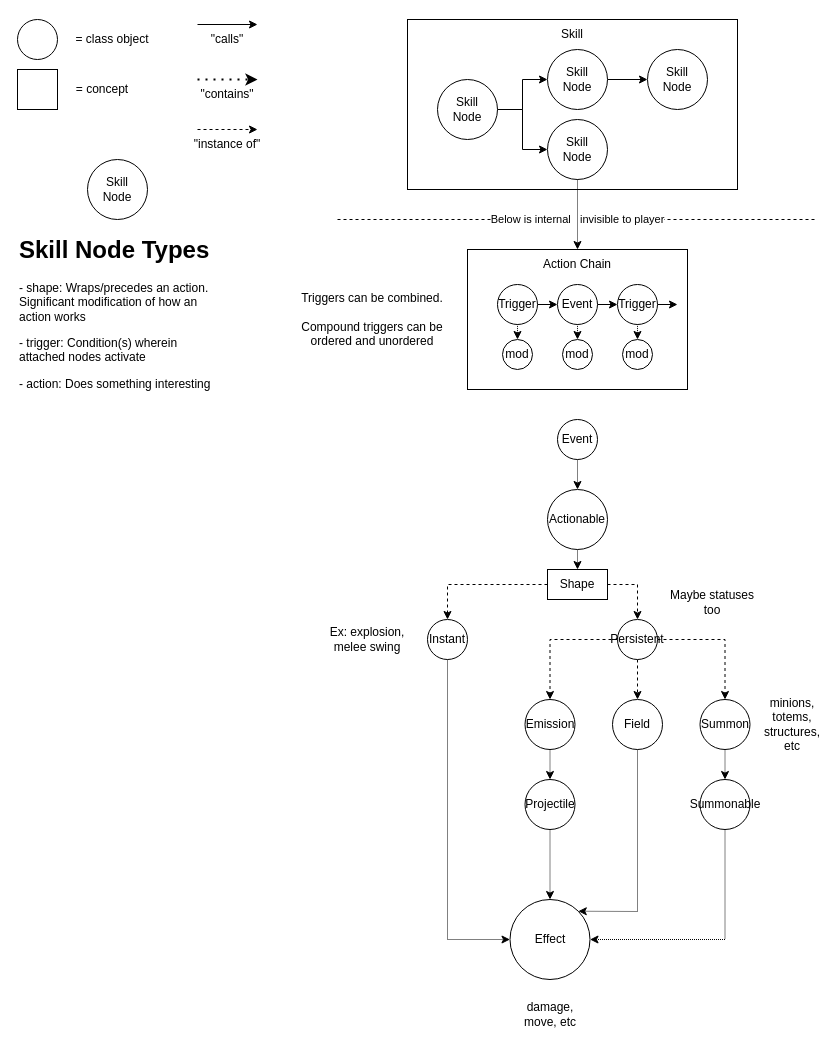
Earlier version of the draw.io diagram assets/Skill System.drawio (TheBrodsky/ProjectRogueStar). Source tidied: cells renumbered, new cells numbered last; positions are measured from the earlier drawing's top-left corner, leaving out a move shared by most shapes. Both pictures are drawn from the tidied source at 100%, with x=0, y=0 at pixel (17, 19).
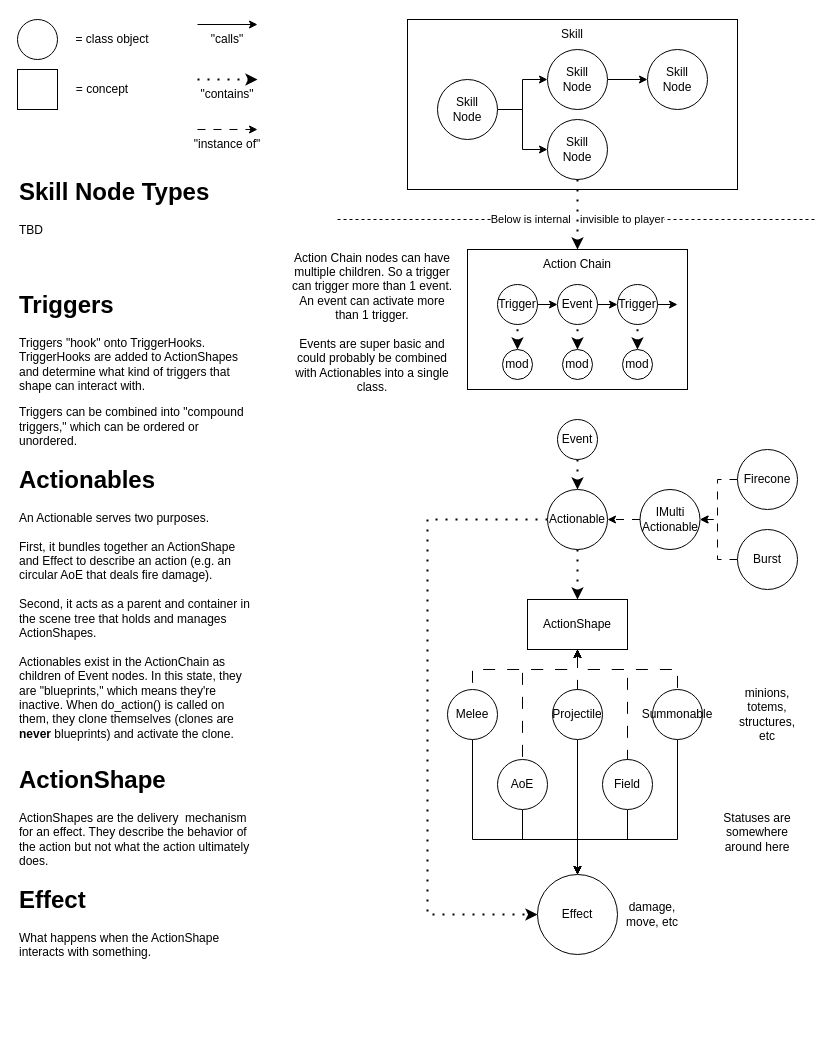
After the change.

The change refers to these unchanged cells:
```xml
<mxCell id="14" value="&lt;div&gt;Skill&lt;/div&gt;&lt;div&gt;Node&lt;br&gt;&lt;/div&gt;" style="ellipse;whiteSpace=wrap;html=1;" parent="7" vertex="1">
  <mxGeometry x="140" y="100" width="60" height="60" as="geometry" />
</mxCell>
<mxCell id="22" value="Trigger" style="ellipse;whiteSpace=wrap;html=1;" parent="1" vertex="1">
  <mxGeometry x="480" y="265" width="40" height="40" as="geometry" />
</mxCell>
<mxCell id="24" value="Event" style="ellipse;whiteSpace=wrap;html=1;" parent="1" vertex="1">
  <mxGeometry x="540" y="265" width="40" height="40" as="geometry" />
</mxCell>
<mxCell id="26" value="Trigger" style="ellipse;whiteSpace=wrap;html=1;" parent="1" vertex="1">
  <mxGeometry x="600" y="265" width="40" height="40" as="geometry" />
</mxCell>
<mxCell id="27" value="Action Chain" style="text;html=1;align=center;verticalAlign=middle;whiteSpace=wrap;rounded=0;" parent="1" vertex="1">
  <mxGeometry x="520" y="230" width="80" height="30" as="geometry" />
</mxCell>
<mxCell id="35" value="Event" style="ellipse;whiteSpace=wrap;html=1;" parent="1" vertex="1">
  <mxGeometry x="540" y="400" width="40" height="40" as="geometry" />
</mxCell>
<mxCell id="38" value="Actionable" style="ellipse;whiteSpace=wrap;html=1;" parent="1" vertex="1">
  <mxGeometry x="530" y="470" width="60" height="60" as="geometry" />
</mxCell>
```

Change to the diagram source:
```diff
@@
-    <mxCell id="17" style="group;" parent="1" vertex="1">
-      <mxGeometry y="140" width="200" height="270" as="geometry" />
-    </mxCell>
-    <mxCell id="18" value="&lt;div&gt;Skill&lt;/div&gt;&lt;div&gt;Node&lt;br&gt;&lt;/div&gt;" style="ellipse;whiteSpace=wrap;html=1;" parent="17" vertex="1">
-      <mxGeometry x="70" width="60" height="60" as="geometry" />
-    </mxCell>
-    <mxCell id="19" value="&lt;h1 style=&quot;margin-top: 0px;&quot;&gt;Skill Node Types&lt;br&gt;&lt;/h1&gt;&lt;p&gt;- shape: Wraps/precedes an action. Significant modification of how an action works&lt;br&gt;&lt;/p&gt;&lt;p&gt;- trigger: Condition(s) wherein attached nodes activate&lt;br&gt;&lt;/p&gt;&lt;p&gt;- action: Does something interesting&lt;br&gt;&lt;/p&gt;" style="text;html=1;whiteSpace=wrap;overflow=hidden;rounded=0;" parent="17" vertex="1">
-      <mxGeometry y="70" width="200" height="200" as="geometry" />
-    </mxCell>
@@
-    <mxCell id="28" style="edgeStyle=orthogonalEdgeStyle;rounded=0;jettySize=auto;html=1;exitX=0.5;exitY=0;exitDx=0;exitDy=0;entryX=0.5;entryY=1;entryDx=0;entryDy=0;dashed=1;dashPattern=1 1;endArrow=none;endFill=0;startArrow=classic;startFill=1;" parent="1" edge="1" source="29" target="24">
+    <mxCell id="28" style="edgeStyle=orthogonalEdgeStyle;rounded=0;jettySize=auto;html=1;exitX=0.5;exitY=0;exitDx=0;exitDy=0;entryX=0.5;entryY=1;entryDx=0;entryDy=0;dashed=1;dashPattern=1 4;endArrow=none;endFill=0;startArrow=classic;startFill=1;strokeWidth=2;" parent="1" edge="1" source="29" target="24">
       <mxGeometry relative="1" as="geometry" />
     </mxCell>
     <mxCell id="29" value="mod" style="ellipse;whiteSpace=wrap;html=1;" parent="1" vertex="1">
-      <mxGeometry x="545" y="320" width="30" height="30" as="geometry" />
+      <mxGeometry x="545" y="330" width="30" height="30" as="geometry" />
     </mxCell>
-    <mxCell id="30" style="edgeStyle=orthogonalEdgeStyle;rounded=0;jettySize=auto;html=1;exitX=0.5;exitY=0;exitDx=0;exitDy=0;entryX=0.5;entryY=1;entryDx=0;entryDy=0;dashed=1;dashPattern=1 1;endArrow=none;endFill=0;startArrow=classic;startFill=1;" parent="1" edge="1" source="31" target="22">
+    <mxCell id="30" style="edgeStyle=orthogonalEdgeStyle;rounded=0;jettySize=auto;html=1;exitX=0.5;exitY=0;exitDx=0;exitDy=0;entryX=0.5;entryY=1;entryDx=0;entryDy=0;dashed=1;dashPattern=1 4;endArrow=none;endFill=0;startArrow=classic;startFill=1;strokeWidth=2;" parent="1" edge="1" source="31" target="22">
       <mxGeometry relative="1" as="geometry" />
     </mxCell>
     <mxCell id="31" value="mod" style="ellipse;whiteSpace=wrap;html=1;" parent="1" vertex="1">
-      <mxGeometry x="485" y="320" width="30" height="30" as="geometry" />
+      <mxGeometry x="485" y="330" width="30" height="30" as="geometry" />
     </mxCell>
-    <mxCell id="32" style="edgeStyle=orthogonalEdgeStyle;rounded=0;jettySize=auto;html=1;exitX=0.5;exitY=0;exitDx=0;exitDy=0;entryX=0.5;entryY=1;entryDx=0;entryDy=0;dashed=1;dashPattern=1 1;endArrow=none;endFill=0;startArrow=classic;startFill=1;" parent="1" edge="1" source="33" target="26">
+    <mxCell id="32" style="edgeStyle=orthogonalEdgeStyle;rounded=0;jettySize=auto;html=1;exitX=0.5;exitY=0;exitDx=0;exitDy=0;entryX=0.5;entryY=1;entryDx=0;entryDy=0;dashed=1;dashPattern=1 4;endArrow=none;endFill=0;startArrow=classic;startFill=1;strokeWidth=2;" parent="1" edge="1" source="33" target="26">
       <mxGeometry relative="1" as="geometry" />
     </mxCell>
     <mxCell id="33" value="mod" style="ellipse;whiteSpace=wrap;html=1;" parent="1" vertex="1">
-      <mxGeometry x="605" y="320" width="30" height="30" as="geometry" />
+      <mxGeometry x="605" y="330" width="30" height="30" as="geometry" />
     </mxCell>
-    <mxCell id="34" style="edgeStyle=orthogonalEdgeStyle;rounded=0;jettySize=auto;html=1;exitX=0.5;exitY=1;exitDx=0;exitDy=0;entryX=0.5;entryY=0;entryDx=0;entryDy=0;dashed=1;dashPattern=1 1;" parent="1" edge="1" source="35" target="38">
+    <mxCell id="34" style="edgeStyle=orthogonalEdgeStyle;rounded=0;jettySize=auto;html=1;exitX=0.5;exitY=1;exitDx=0;exitDy=0;entryX=0.5;entryY=0;entryDx=0;entryDy=0;dashed=1;dashPattern=1 4;strokeWidth=2;" parent="1" edge="1" source="35" target="38">
       <mxGeometry relative="1" as="geometry" />
     </mxCell>
@@
-    <mxCell id="36" value="&lt;div&gt;Triggers can be combined.&lt;/div&gt;&lt;div&gt;&lt;br&gt;&lt;/div&gt;&lt;div&gt;Compound triggers can be ordered and unordered&lt;br&gt;&lt;/div&gt;" style="text;html=1;align=center;verticalAlign=middle;whiteSpace=wrap;rounded=0;" parent="1" vertex="1">
-      <mxGeometry x="270" y="262.5" width="170" height="75" as="geometry" />
+    <mxCell id="36" value="&lt;div&gt;Action Chain nodes can have multiple children. So a trigger can trigger more than 1 event. An event can activate more than 1 trigger.&lt;/div&gt;&lt;div&gt;&lt;br&gt;&lt;/div&gt;&lt;div&gt;Events are super basic and could probably be combined with Actionables into a single class.&lt;br&gt;&lt;/div&gt;" style="text;html=1;align=center;verticalAlign=middle;whiteSpace=wrap;rounded=0;" parent="1" vertex="1">
+      <mxGeometry x="270" y="235" width="170" height="135" as="geometry" />
     </mxCell>
-    <mxCell id="37" style="edgeStyle=orthogonalEdgeStyle;rounded=0;jettySize=auto;html=1;exitX=0.5;exitY=1;exitDx=0;exitDy=0;entryX=0.5;entryY=0;entryDx=0;entryDy=0;dashed=1;dashPattern=1 1;" parent="1" edge="1" source="38" target="47">
-      <mxGeometry relative="1" as="geometry" />
-    </mxCell>
+    <mxCell id="70" style="edgeStyle=orthogonalEdgeStyle;rounded=0;jettySize=auto;html=1;exitX=0.5;exitY=1;exitDx=0;exitDy=0;dashed=1;dashPattern=1 4;strokeWidth=2;" parent="1" edge="1" source="38" target="85">
+      <mxGeometry relative="1" as="geometry" />
+    </mxCell>
+    <mxCell id="71" style="edgeStyle=orthogonalEdgeStyle;rounded=0;jettySize=auto;html=1;exitX=0;exitY=0.5;exitDx=0;exitDy=0;entryX=0;entryY=0.5;entryDx=0;entryDy=0;dashed=1;dashPattern=1 4;strokeWidth=2;" parent="1" edge="1" source="38" target="61">
+      <mxGeometry relative="1" as="geometry">
+        <Array as="points">
+          <mxPoint x="410" y="500" />
+          <mxPoint x="410" y="895" />
+        </Array>
+      </mxGeometry>
+    </mxCell>
@@
-    <mxCell id="39" style="edgeStyle=orthogonalEdgeStyle;rounded=0;jettySize=auto;html=1;exitX=0.5;exitY=1;exitDx=0;exitDy=0;entryX=0;entryY=0.5;entryDx=0;entryDy=0;dashed=1;dashPattern=1 1;" parent="1" edge="1" source="40" target="61">
-      <mxGeometry relative="1" as="geometry" />
-    </mxCell>
-    <mxCell id="40" value="Instant" style="ellipse;whiteSpace=wrap;html=1;" parent="1" vertex="1">
-      <mxGeometry x="410" y="600" width="40" height="40" as="geometry" />
-    </mxCell>
-    <mxCell id="41" style="edgeStyle=orthogonalEdgeStyle;rounded=0;jettySize=auto;html=1;exitX=0;exitY=0.5;exitDx=0;exitDy=0;entryX=0.5;entryY=0;entryDx=0;entryDy=0;dashed=1;" parent="1" edge="1" source="44" target="51">
-      <mxGeometry relative="1" as="geometry" />
-    </mxCell>
-    <mxCell id="42" style="edgeStyle=orthogonalEdgeStyle;rounded=0;jettySize=auto;html=1;exitX=0.5;exitY=1;exitDx=0;exitDy=0;entryX=0.5;entryY=0;entryDx=0;entryDy=0;dashed=1;" parent="1" edge="1" source="44" target="53">
-      <mxGeometry relative="1" as="geometry" />
-    </mxCell>
-    <mxCell id="43" style="edgeStyle=orthogonalEdgeStyle;rounded=0;jettySize=auto;html=1;exitX=1;exitY=0.5;exitDx=0;exitDy=0;dashed=1;" parent="1" edge="1" source="44" target="55">
-      <mxGeometry relative="1" as="geometry" />
-    </mxCell>
-    <mxCell id="44" value="Persistent" style="ellipse;whiteSpace=wrap;html=1;" parent="1" vertex="1">
-      <mxGeometry x="600" y="600" width="40" height="40" as="geometry" />
-    </mxCell>
-    <mxCell id="45" style="edgeStyle=orthogonalEdgeStyle;rounded=0;jettySize=auto;html=1;exitX=0;exitY=0.5;exitDx=0;exitDy=0;entryX=0.5;entryY=0;entryDx=0;entryDy=0;dashed=1;" parent="1" edge="1" source="47" target="40">
-      <mxGeometry relative="1" as="geometry" />
-    </mxCell>
-    <mxCell id="46" style="edgeStyle=orthogonalEdgeStyle;rounded=0;jettySize=auto;html=1;exitX=1;exitY=0.5;exitDx=0;exitDy=0;entryX=0.5;entryY=0;entryDx=0;entryDy=0;dashed=1;" parent="1" edge="1" source="47" target="44">
-      <mxGeometry relative="1" as="geometry" />
-    </mxCell>
-    <mxCell id="47" value="Shape" style="rounded=0;whiteSpace=wrap;html=1;" parent="1" vertex="1">
-      <mxGeometry x="530" y="550" width="60" height="30" as="geometry" />
-    </mxCell>
-    <mxCell id="48" value="Maybe statuses too" style="text;html=1;align=center;verticalAlign=middle;whiteSpace=wrap;rounded=0;" parent="1" vertex="1">
-      <mxGeometry x="645" y="550" width="100" height="65" as="geometry" />
+    <mxCell id="48" value="Statuses are somewhere around here" style="text;html=1;align=center;verticalAlign=middle;whiteSpace=wrap;rounded=0;" parent="1" vertex="1">
+      <mxGeometry x="690" y="780" width="100" height="65" as="geometry" />
     </mxCell>
-    <mxCell id="49" value="Ex: explosion, melee swing" style="text;html=1;align=center;verticalAlign=middle;whiteSpace=wrap;rounded=0;" parent="1" vertex="1">
-      <mxGeometry x="300" y="587.5" width="100" height="65" as="geometry" />
-    </mxCell>
-    <mxCell id="50" style="edgeStyle=orthogonalEdgeStyle;rounded=0;jettySize=auto;html=1;exitX=0.5;exitY=1;exitDx=0;exitDy=0;entryX=0.5;entryY=0;entryDx=0;entryDy=0;dashed=1;dashPattern=1 1;" parent="1" edge="1" source="51" target="57">
-      <mxGeometry relative="1" as="geometry" />
-    </mxCell>
-    <mxCell id="51" value="Emission" style="ellipse;whiteSpace=wrap;html=1;" parent="1" vertex="1">
-      <mxGeometry x="507.5" y="680" width="50" height="50" as="geometry" />
-    </mxCell>
-    <mxCell id="52" style="rounded=0;jettySize=auto;html=1;exitX=0.5;exitY=1;exitDx=0;exitDy=0;entryX=1;entryY=0;entryDx=0;entryDy=0;dashed=1;dashPattern=1 1;" parent="1" edge="1" source="53" target="61">
+    <mxCell id="52" style="edgeStyle=orthogonalEdgeStyle;rounded=0;jettySize=auto;html=1;exitX=0.5;exitY=1;exitDx=0;exitDy=0;entryX=0.5;entryY=0;entryDx=0;entryDy=0;" parent="1" edge="1" source="53" target="61">
       <mxGeometry relative="1" as="geometry">
         <Array as="points">
-          <mxPoint x="620" y="892" />
+          <mxPoint x="610" y="820" />
+          <mxPoint x="560" y="820" />
         </Array>
       </mxGeometry>
     </mxCell>
     <mxCell id="53" value="Field" style="ellipse;whiteSpace=wrap;html=1;" parent="1" vertex="1">
-      <mxGeometry x="595" y="680" width="50" height="50" as="geometry" />
+      <mxGeometry x="585" y="740" width="50" height="50" as="geometry" />
     </mxCell>
-    <mxCell id="54" style="edgeStyle=orthogonalEdgeStyle;rounded=0;jettySize=auto;html=1;exitX=0.5;exitY=1;exitDx=0;exitDy=0;entryX=0.5;entryY=0;entryDx=0;entryDy=0;dashed=1;dashPattern=1 1;" parent="1" edge="1" source="55" target="59">
-      <mxGeometry relative="1" as="geometry" />
-    </mxCell>
-    <mxCell id="55" value="Summon" style="ellipse;whiteSpace=wrap;html=1;" parent="1" vertex="1">
-      <mxGeometry x="682.5" y="680" width="50" height="50" as="geometry" />
-    </mxCell>
-    <mxCell id="56" style="edgeStyle=orthogonalEdgeStyle;rounded=0;jettySize=auto;html=1;exitX=0.5;exitY=1;exitDx=0;exitDy=0;entryX=0.5;entryY=0;entryDx=0;entryDy=0;dashed=1;dashPattern=1 1;" parent="1" edge="1" source="57" target="61">
+    <mxCell id="56" style="edgeStyle=orthogonalEdgeStyle;rounded=0;jettySize=auto;html=1;exitX=0.5;exitY=1;exitDx=0;exitDy=0;entryX=0.5;entryY=0;entryDx=0;entryDy=0;" parent="1" edge="1" source="57" target="61">
       <mxGeometry relative="1" as="geometry" />
     </mxCell>
     <mxCell id="57" value="Projectile" style="ellipse;whiteSpace=wrap;html=1;" parent="1" vertex="1">
-      <mxGeometry x="507.5" y="760" width="50" height="50" as="geometry" />
+      <mxGeometry x="535" y="670" width="50" height="50" as="geometry" />
     </mxCell>
-    <mxCell id="58" style="edgeStyle=orthogonalEdgeStyle;rounded=0;jettySize=auto;html=1;exitX=0.5;exitY=1;exitDx=0;exitDy=0;entryX=1;entryY=0.5;entryDx=0;entryDy=0;dashed=1;dashPattern=1 1;" parent="1" edge="1" source="59" target="61">
-      <mxGeometry relative="1" as="geometry" />
+    <mxCell id="58" style="edgeStyle=orthogonalEdgeStyle;rounded=0;jettySize=auto;html=1;exitX=0.5;exitY=1;exitDx=0;exitDy=0;entryX=0.5;entryY=0;entryDx=0;entryDy=0;" parent="1" edge="1" source="59" target="61">
+      <mxGeometry relative="1" as="geometry">
+        <Array as="points">
+          <mxPoint x="660" y="820" />
+          <mxPoint x="560" y="820" />
+        </Array>
+      </mxGeometry>
     </mxCell>
     <mxCell id="59" value="Summonable" style="ellipse;whiteSpace=wrap;html=1;" parent="1" vertex="1">
-      <mxGeometry x="682.5" y="760" width="50" height="50" as="geometry" />
+      <mxGeometry x="635" y="670" width="50" height="50" as="geometry" />
     </mxCell>
     <mxCell id="60" value="minions, totems, structures, etc" style="text;html=1;align=center;verticalAlign=middle;whiteSpace=wrap;rounded=0;" parent="1" vertex="1">
-      <mxGeometry x="745" y="690" width="60" height="30" as="geometry" />
+      <mxGeometry x="720" y="680" width="60" height="30" as="geometry" />
     </mxCell>
     <mxCell id="61" value="Effect" style="ellipse;whiteSpace=wrap;html=1;" parent="1" vertex="1">
-      <mxGeometry x="492.5" y="880" width="80" height="80" as="geometry" />
+      <mxGeometry x="520" y="855" width="80" height="80" as="geometry" />
     </mxCell>
     <mxCell id="62" value="damage, move, etc" style="text;html=1;align=center;verticalAlign=middle;whiteSpace=wrap;rounded=0;" parent="1" vertex="1">
-      <mxGeometry x="502.5" y="980" width="60" height="30" as="geometry" />
+      <mxGeometry x="605" y="880" width="60" height="30" as="geometry" />
     </mxCell>
-    <mxCell id="63" style="edgeStyle=orthogonalEdgeStyle;rounded=0;jettySize=auto;html=1;exitX=0.5;exitY=1;exitDx=0;exitDy=0;entryX=0.5;entryY=0;entryDx=0;entryDy=0;dashed=1;dashPattern=1 1;" parent="1" edge="1" source="14" target="27">
+    <mxCell id="63" style="edgeStyle=orthogonalEdgeStyle;rounded=0;jettySize=auto;html=1;exitX=0.5;exitY=1;exitDx=0;exitDy=0;entryX=0.5;entryY=0;entryDx=0;entryDy=0;dashed=1;dashPattern=1 4;strokeWidth=2;" parent="1" edge="1" source="14" target="27">
       <mxGeometry relative="1" as="geometry" />
     </mxCell>
@@
-    <mxCell id="66" style="endArrow=classic;dashed=1;html=1;dashPattern=1 3;strokeWidth=2;rounded=0;endFill=1;" parent="1" edge="1">
+    <mxCell id="66" style="endArrow=classic;dashed=1;html=1;dashPattern=1 4;strokeWidth=2;rounded=0;endFill=1;" parent="1" edge="1">
       <mxGeometry relative="1" as="geometry">
         <mxPoint x="180" y="60" as="sourcePoint" />
         <mxPoint x="240" y="60" as="targetPoint" />
       </mxGeometry>
     </mxCell>
@@
-    <mxCell id="68" style="endArrow=classic;dashed=1;html=1;rounded=0;endFill=1;" parent="1" edge="1">
+    <mxCell id="68" style="endArrow=classic;dashed=1;html=1;rounded=0;endFill=1;dashPattern=8 8;" parent="1" edge="1">
       <mxGeometry relative="1" as="geometry">
         <mxPoint x="180" y="110" as="sourcePoint" />
         <mxPoint x="240" y="110" as="targetPoint" />
       </mxGeometry>
     </mxCell>
@@
+    <mxCell id="72" style="edgeStyle=orthogonalEdgeStyle;rounded=0;jettySize=auto;html=1;exitX=0;exitY=0.5;exitDx=0;exitDy=0;entryX=1;entryY=0.5;entryDx=0;entryDy=0;dashed=1;dashPattern=8 8;" parent="1" edge="1" source="73" target="38">
+      <mxGeometry relative="1" as="geometry" />
+    </mxCell>
+    <mxCell id="73" value="&lt;div&gt;IMulti Actionable&lt;/div&gt;" style="ellipse;whiteSpace=wrap;html=1;" parent="1" vertex="1">
+      <mxGeometry x="622.5" y="470" width="60" height="60" as="geometry" />
+    </mxCell>
+    <mxCell id="74" style="edgeStyle=orthogonalEdgeStyle;rounded=0;jettySize=auto;html=1;exitX=0;exitY=0.5;exitDx=0;exitDy=0;entryX=1;entryY=0.5;entryDx=0;entryDy=0;dashed=1;dashPattern=8 8;" parent="1" edge="1" source="75" target="73">
+      <mxGeometry relative="1" as="geometry" />
+    </mxCell>
+    <mxCell id="75" value="Firecone" style="ellipse;whiteSpace=wrap;html=1;" parent="1" vertex="1">
+      <mxGeometry x="720" y="430" width="60" height="60" as="geometry" />
+    </mxCell>
+    <mxCell id="76" style="edgeStyle=orthogonalEdgeStyle;rounded=0;jettySize=auto;html=1;exitX=0;exitY=0.5;exitDx=0;exitDy=0;entryX=1;entryY=0.5;entryDx=0;entryDy=0;dashed=1;dashPattern=8 8;" parent="1" edge="1" source="77" target="73">
+      <mxGeometry relative="1" as="geometry" />
+    </mxCell>
+    <mxCell id="77" value="Burst" style="ellipse;whiteSpace=wrap;html=1;" parent="1" vertex="1">
+      <mxGeometry x="720" y="510" width="60" height="60" as="geometry" />
+    </mxCell>
+    <mxCell id="19" value="&lt;h1 style=&quot;margin-top: 0px;&quot;&gt;Skill Node Types&lt;br&gt;&lt;/h1&gt;&lt;p&gt;TBD&lt;br&gt;&lt;/p&gt;" style="text;html=1;whiteSpace=wrap;overflow=hidden;rounded=0;" parent="1" vertex="1">
+      <mxGeometry y="152.3" width="240" height="117.7" as="geometry" />
+    </mxCell>
+    <mxCell id="78" value="&lt;h1 style=&quot;margin-top: 0px;&quot;&gt;Triggers&lt;/h1&gt;&lt;p&gt;Triggers &quot;hook&quot; onto TriggerHooks. TriggerHooks are added to ActionShapes and determine what kind of triggers that shape can interact with.&lt;/p&gt;&lt;p&gt;Triggers can be combined into &quot;compound triggers,&quot; which can be ordered or unordered.&lt;br&gt;&lt;/p&gt;" style="text;html=1;whiteSpace=wrap;overflow=hidden;rounded=0;" parent="1" vertex="1">
+      <mxGeometry y="265" width="240" height="190" as="geometry" />
+    </mxCell>
+    <mxCell id="79" value="&lt;h1 style=&quot;margin-top: 0px;&quot;&gt;Actionables&lt;/h1&gt;&lt;div&gt;An Actionable serves two purposes.&amp;nbsp;&lt;/div&gt;&lt;div&gt;&lt;br&gt;&lt;/div&gt;&lt;div&gt;First, it bundles together an ActionShape and Effect to describe an action (e.g. an circular AoE that deals fire damage).&lt;/div&gt;&lt;div&gt;&lt;br&gt;&lt;/div&gt;&lt;div&gt;Second, it acts as a parent and container in the scene tree that holds and manages ActionShapes.&lt;br&gt;&lt;/div&gt;&lt;div&gt;&lt;br&gt;&lt;/div&gt;&lt;div&gt;Actionables exist in the ActionChain as children of Event nodes. In this state, they are &quot;blueprints,&quot; which means they're inactive. When do_action() is called on them, they clone themselves (clones are &lt;b&gt;never &lt;/b&gt;blueprints) and activate the clone.&lt;/div&gt;" style="text;html=1;whiteSpace=wrap;overflow=hidden;rounded=0;" parent="1" vertex="1">
+      <mxGeometry y="440" width="240" height="290" as="geometry" />
+    </mxCell>
+    <mxCell id="80" style="edgeStyle=orthogonalEdgeStyle;rounded=0;jettySize=auto;html=1;exitX=0.5;exitY=1;exitDx=0;exitDy=0;entryX=0.5;entryY=0;entryDx=0;entryDy=0;dashed=1;dashPattern=12 12;endArrow=none;endFill=0;startArrow=classic;startFill=1;" parent="1" edge="1" source="85" target="57">
+      <mxGeometry relative="1" as="geometry" />
+    </mxCell>
+    <mxCell id="81" style="edgeStyle=orthogonalEdgeStyle;rounded=0;jettySize=auto;html=1;exitX=0.5;exitY=1;exitDx=0;exitDy=0;entryX=0.5;entryY=0;entryDx=0;entryDy=0;dashed=1;dashPattern=12 12;endArrow=none;endFill=0;startArrow=classic;startFill=1;" parent="1" edge="1" source="85" target="89">
+      <mxGeometry relative="1" as="geometry" />
+    </mxCell>
+    <mxCell id="82" style="edgeStyle=orthogonalEdgeStyle;rounded=0;jettySize=auto;html=1;exitX=0.5;exitY=1;exitDx=0;exitDy=0;dashed=1;dashPattern=12 12;endArrow=none;endFill=0;startArrow=classic;startFill=1;" parent="1" edge="1" source="85" target="59">
+      <mxGeometry relative="1" as="geometry" />
+    </mxCell>
+    <mxCell id="83" style="edgeStyle=orthogonalEdgeStyle;rounded=0;jettySize=auto;html=1;exitX=0.5;exitY=1;exitDx=0;exitDy=0;entryX=0.5;entryY=0;entryDx=0;entryDy=0;dashed=1;dashPattern=12 12;endArrow=none;endFill=0;startArrow=classic;startFill=1;" parent="1" edge="1" source="85" target="53">
+      <mxGeometry relative="1" as="geometry">
+        <Array as="points">
+          <mxPoint x="560" y="650" />
+          <mxPoint x="610" y="650" />
+        </Array>
+      </mxGeometry>
+    </mxCell>
+    <mxCell id="84" style="edgeStyle=orthogonalEdgeStyle;rounded=0;jettySize=auto;html=1;exitX=0.5;exitY=1;exitDx=0;exitDy=0;dashed=1;dashPattern=12 12;endArrow=none;endFill=0;startArrow=classic;startFill=1;" parent="1" edge="1" source="85" target="87">
+      <mxGeometry relative="1" as="geometry">
+        <Array as="points">
+          <mxPoint x="560" y="650" />
+          <mxPoint x="505" y="650" />
+        </Array>
+      </mxGeometry>
+    </mxCell>
+    <mxCell id="85" value="ActionShape" style="rounded=0;whiteSpace=wrap;html=1;" parent="1" vertex="1">
+      <mxGeometry x="510" y="580" width="100" height="50" as="geometry" />
+    </mxCell>
+    <mxCell id="86" style="edgeStyle=orthogonalEdgeStyle;rounded=0;jettySize=auto;html=1;exitX=0.5;exitY=1;exitDx=0;exitDy=0;entryX=0.5;entryY=0;entryDx=0;entryDy=0;" parent="1" edge="1" source="87" target="61">
+      <mxGeometry relative="1" as="geometry">
+        <Array as="points">
+          <mxPoint x="505" y="820" />
+          <mxPoint x="560" y="820" />
+        </Array>
+      </mxGeometry>
+    </mxCell>
+    <mxCell id="87" value="AoE" style="ellipse;whiteSpace=wrap;html=1;" parent="1" vertex="1">
+      <mxGeometry x="480" y="740" width="50" height="50" as="geometry" />
+    </mxCell>
+    <mxCell id="88" style="edgeStyle=orthogonalEdgeStyle;rounded=0;jettySize=auto;html=1;exitX=0.5;exitY=1;exitDx=0;exitDy=0;entryX=0.5;entryY=0;entryDx=0;entryDy=0;" parent="1" edge="1" source="89" target="61">
+      <mxGeometry relative="1" as="geometry">
+        <Array as="points">
+          <mxPoint x="455" y="820" />
+          <mxPoint x="560" y="820" />
+        </Array>
+      </mxGeometry>
+    </mxCell>
+    <mxCell id="89" value="Melee" style="ellipse;whiteSpace=wrap;html=1;" parent="1" vertex="1">
+      <mxGeometry x="430" y="670" width="50" height="50" as="geometry" />
+    </mxCell>
+    <mxCell id="90" value="&lt;h1 style=&quot;margin-top: 0px;&quot;&gt;ActionShape&lt;/h1&gt;ActionShapes are the delivery&amp;nbsp; mechanism for an effect. They describe the behavior of the action but not what the action ultimately does." style="text;html=1;whiteSpace=wrap;overflow=hidden;rounded=0;" parent="1" vertex="1">
+      <mxGeometry y="740" width="240" height="120" as="geometry" />
+    </mxCell>
+    <mxCell id="91" value="&lt;h1 style=&quot;margin-top: 0px;&quot;&gt;Effect&lt;/h1&gt;What happens when the ActionShape interacts with something. " style="text;html=1;whiteSpace=wrap;overflow=hidden;rounded=0;" parent="1" vertex="1">
+      <mxGeometry y="860" width="240" height="120" as="geometry" />
+    </mxCell>
```
